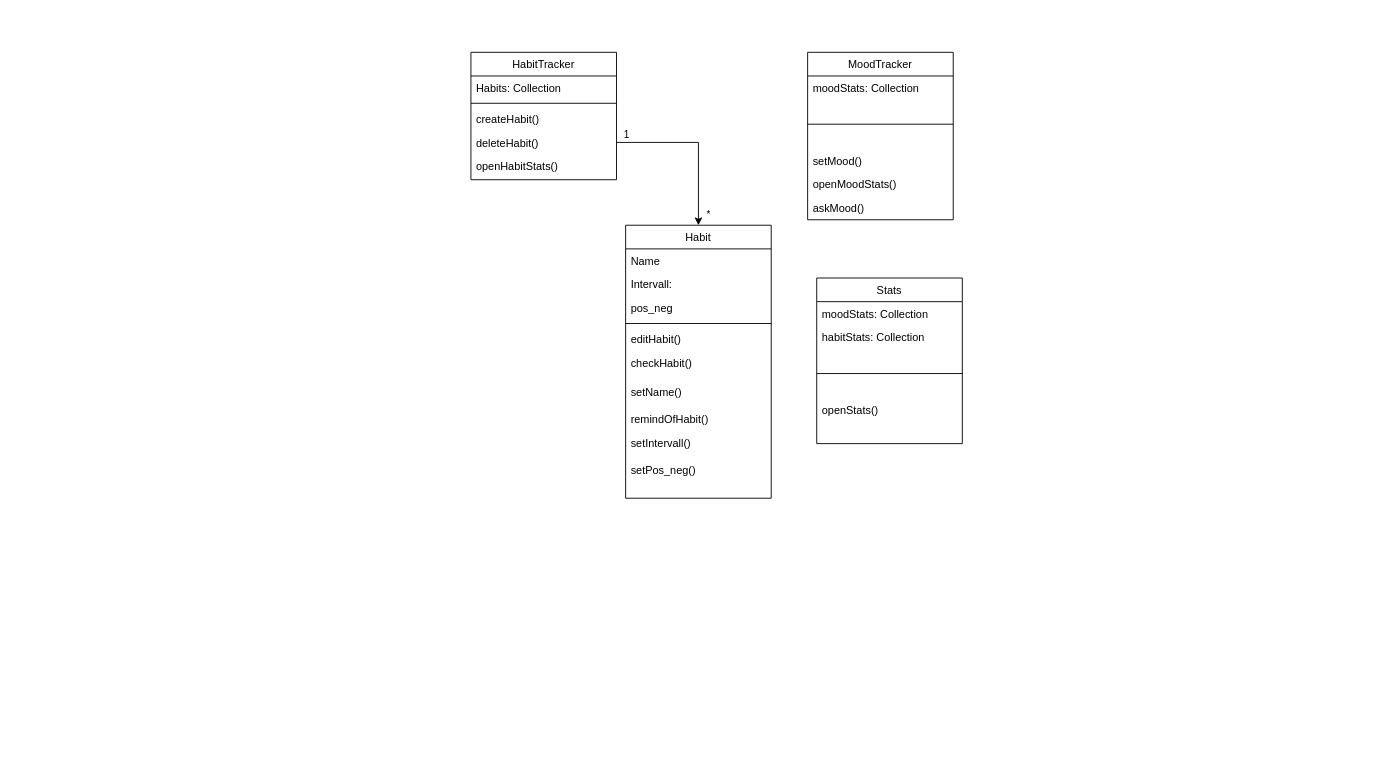
This is diagramme/Klassendiagramm.drawio from AlessaW/Habittracker, a draw.io file, before an edit. Source tidied: cells renumbered, new cells numbered last; positions are measured from the earlier drawing's top-left corner, leaving out a move shared by most shapes. Both pictures are drawn from the tidied source at 91%, with x=0, y=0 at pixel (470, 52).
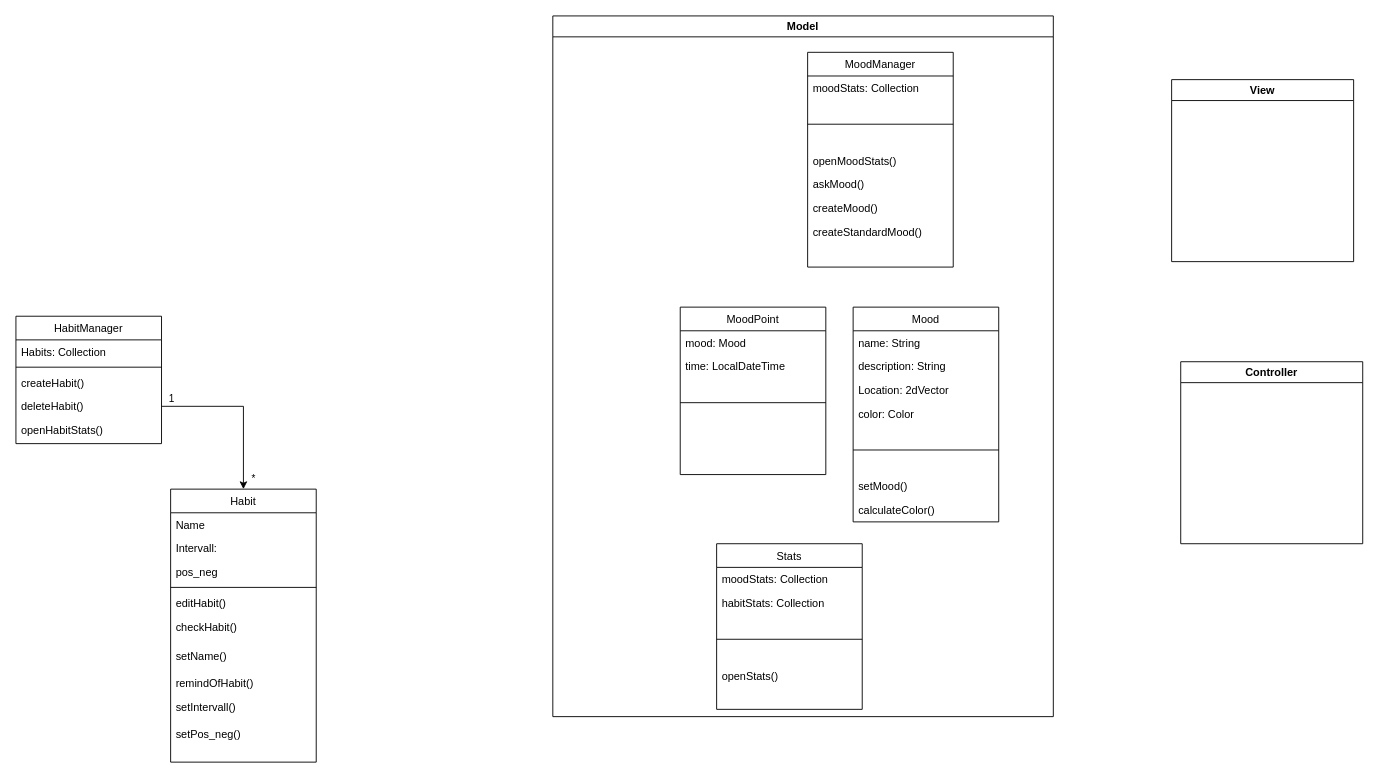
After the change.

The change refers to these unchanged cells:
```xml
<mxCell id="17" value="deleteHabit()" style="text;align=left;verticalAlign=top;spacingLeft=4;spacingRight=4;overflow=hidden;points=[[0,0.5],[1,0.5]];portConstraint=eastwest;rounded=0;shadow=0;html=0;" parent="13" vertex="1">
  <mxGeometry y="86" width="160" height="26" as="geometry" />
</mxCell>
```

Change to the diagram source:
```diff
@@
     <mxCell id="2" value="Habit" style="swimlane;fontStyle=0;align=center;verticalAlign=top;horizontal=1;startSize=26;rounded=0;shadow=0;strokeWidth=1;" parent="1" vertex="1">
-      <mxGeometry x="170" y="190" width="160" height="300" as="geometry" />
+      <mxGeometry x="-330" y="480" width="160" height="300" as="geometry" />
     </mxCell>
@@
-    <mxCell id="13" value="HabitTracker" style="swimlane;fontStyle=0;align=center;verticalAlign=top;horizontal=1;startSize=26;rounded=0;shadow=0;strokeWidth=1;" parent="1" vertex="1">
-      <mxGeometry width="160" height="140" as="geometry" />
+    <mxCell id="13" value="HabitManager" style="swimlane;fontStyle=0;align=center;verticalAlign=top;horizontal=1;startSize=26;rounded=0;shadow=0;strokeWidth=1;" parent="1" vertex="1">
+      <mxGeometry x="-500" y="290" width="160" height="140" as="geometry" />
     </mxCell>
@@
     <mxCell id="19" style="endArrow=classic;html=1;rounded=0;entryX=0.5;entryY=0;entryDx=0;entryDy=0;exitX=1;exitY=0.5;exitDx=0;exitDy=0;" parent="1" edge="1" source="17" target="2">
       <mxGeometry relative="1" as="geometry">
         <Array as="points">
-          <mxPoint x="250" y="99" />
+          <mxPoint x="-250" y="389" />
         </Array>
       </mxGeometry>
     </mxCell>
@@
-    <mxCell id="22" value="MoodTracker" style="swimlane;fontStyle=0;align=center;verticalAlign=top;horizontal=1;startSize=26;rounded=0;shadow=0;strokeWidth=1;" parent="1" vertex="1">
-      <mxGeometry x="370" width="160" height="184" as="geometry" />
+    <mxCell id="22" value="MoodManager" style="swimlane;fontStyle=0;align=center;verticalAlign=top;horizontal=1;startSize=26;rounded=0;shadow=0;strokeWidth=1;" parent="1" vertex="1">
+      <mxGeometry x="370" width="160" height="236" as="geometry" />
     </mxCell>
@@
-    <mxCell id="25" value="setMood()" style="text;align=left;verticalAlign=top;spacingLeft=4;spacingRight=4;overflow=hidden;rounded=0;shadow=0;html=0;" parent="22" vertex="1">
-      <mxGeometry y="106" width="160" height="26" as="geometry" />
-    </mxCell>
     <mxCell id="26" value="openMoodStats()" style="text;align=left;verticalAlign=top;spacingLeft=4;spacingRight=4;overflow=hidden;rounded=0;shadow=0;html=0;" parent="22" vertex="1">
-      <mxGeometry y="132" width="160" height="26" as="geometry" />
+      <mxGeometry y="106" width="160" height="26" as="geometry" />
     </mxCell>
     <mxCell id="27" value="askMood()" style="text;align=left;verticalAlign=top;spacingLeft=4;spacingRight=4;overflow=hidden;rounded=0;shadow=0;html=0;" parent="22" vertex="1">
-      <mxGeometry y="158" width="160" height="26" as="geometry" />
+      <mxGeometry y="132" width="160" height="26" as="geometry" />
     </mxCell>
+    <mxCell id="33" value="createMood()" style="text;align=left;verticalAlign=top;spacingLeft=4;spacingRight=4;overflow=hidden;rounded=0;shadow=0;html=0;" parent="22" vertex="1">
+      <mxGeometry y="158" width="160" height="26" as="geometry" />
+    </mxCell>
+    <mxCell id="34" value="createStandardMood()" style="text;align=left;verticalAlign=top;spacingLeft=4;spacingRight=4;overflow=hidden;rounded=0;shadow=0;html=0;" parent="22" vertex="1">
+      <mxGeometry y="184" width="160" height="26" as="geometry" />
+    </mxCell>
     <mxCell id="28" value="Stats" style="swimlane;fontStyle=0;align=center;verticalAlign=top;horizontal=1;startSize=26;rounded=0;shadow=0;strokeWidth=1;" parent="1" vertex="1">
-      <mxGeometry x="380" y="248" width="160" height="182" as="geometry" />
+      <mxGeometry x="270" y="540" width="160" height="182" as="geometry" />
     </mxCell>
@@
+    <mxCell id="35" value="Mood" style="swimlane;fontStyle=0;align=center;verticalAlign=top;horizontal=1;startSize=26;rounded=0;shadow=0;strokeWidth=1;" parent="1" vertex="1">
+      <mxGeometry x="420" y="280" width="160" height="236" as="geometry" />
+    </mxCell>
+    <mxCell id="36" value="name: String" style="text;align=left;verticalAlign=top;spacingLeft=4;spacingRight=4;overflow=hidden;rounded=0;shadow=0;html=0;" parent="35" vertex="1">
+      <mxGeometry y="26" width="160" height="26" as="geometry" />
+    </mxCell>
+    <mxCell id="37" value="description: String" style="text;align=left;verticalAlign=top;spacingLeft=4;spacingRight=4;overflow=hidden;rounded=0;shadow=0;html=0;" parent="35" vertex="1">
+      <mxGeometry y="52" width="160" height="26" as="geometry" />
+    </mxCell>
+    <mxCell id="38" value="Location: 2dVector" style="text;align=left;verticalAlign=top;spacingLeft=4;spacingRight=4;overflow=hidden;rounded=0;shadow=0;html=0;" parent="35" vertex="1">
+      <mxGeometry y="78" width="160" height="26" as="geometry" />
+    </mxCell>
+    <mxCell id="39" value="color: Color" style="text;align=left;verticalAlign=top;spacingLeft=4;spacingRight=4;overflow=hidden;rounded=0;shadow=0;html=0;" parent="35" vertex="1">
+      <mxGeometry y="104" width="160" height="26" as="geometry" />
+    </mxCell>
+    <mxCell id="40" style="line;html=1;strokeWidth=1;align=left;verticalAlign=middle;spacingTop=-1;spacingLeft=3;spacingRight=3;labelPosition=right;" parent="35" vertex="1">
+      <mxGeometry y="130" width="160" height="54" as="geometry" />
+    </mxCell>
+    <mxCell id="25" value="setMood()" style="text;align=left;verticalAlign=top;spacingLeft=4;spacingRight=4;overflow=hidden;rounded=0;shadow=0;html=0;" parent="35" vertex="1">
+      <mxGeometry y="184" width="160" height="26" as="geometry" />
+    </mxCell>
+    <mxCell id="41" value="calculateColor()" style="text;align=left;verticalAlign=top;spacingLeft=4;spacingRight=4;overflow=hidden;rounded=0;shadow=0;html=0;" parent="35" vertex="1">
+      <mxGeometry y="210" width="160" height="26" as="geometry" />
+    </mxCell>
+    <mxCell id="42" value="MoodPoint" style="swimlane;fontStyle=0;align=center;verticalAlign=top;horizontal=1;startSize=26;rounded=0;shadow=0;strokeWidth=1;" parent="1" vertex="1">
+      <mxGeometry x="230" y="280" width="160" height="184" as="geometry" />
+    </mxCell>
+    <mxCell id="43" value="mood: Mood" style="text;align=left;verticalAlign=top;spacingLeft=4;spacingRight=4;overflow=hidden;rounded=0;shadow=0;html=0;" parent="42" vertex="1">
+      <mxGeometry y="26" width="160" height="26" as="geometry" />
+    </mxCell>
+    <mxCell id="44" value="time: LocalDateTime" style="text;align=left;verticalAlign=top;spacingLeft=4;spacingRight=4;overflow=hidden;rounded=0;shadow=0;html=0;" parent="42" vertex="1">
+      <mxGeometry y="52" width="160" height="26" as="geometry" />
+    </mxCell>
+    <mxCell id="45" style="line;html=1;strokeWidth=1;align=left;verticalAlign=middle;spacingTop=-1;spacingLeft=3;spacingRight=3;labelPosition=right;" parent="42" vertex="1">
+      <mxGeometry y="78" width="160" height="54" as="geometry" />
+    </mxCell>
+    <mxCell id="46" value="Model" style="swimlane;" parent="1" vertex="1">
+      <mxGeometry x="90" y="-40" width="550" height="770" as="geometry" />
+    </mxCell>
+    <mxCell id="47" value="View" style="swimlane;" parent="1" vertex="1">
+      <mxGeometry x="770" y="30" width="200" height="200" as="geometry" />
+    </mxCell>
+    <mxCell id="48" value="Controller" style="swimlane;" parent="1" vertex="1">
+      <mxGeometry x="780" y="340" width="200" height="200" as="geometry" />
+    </mxCell>
```
